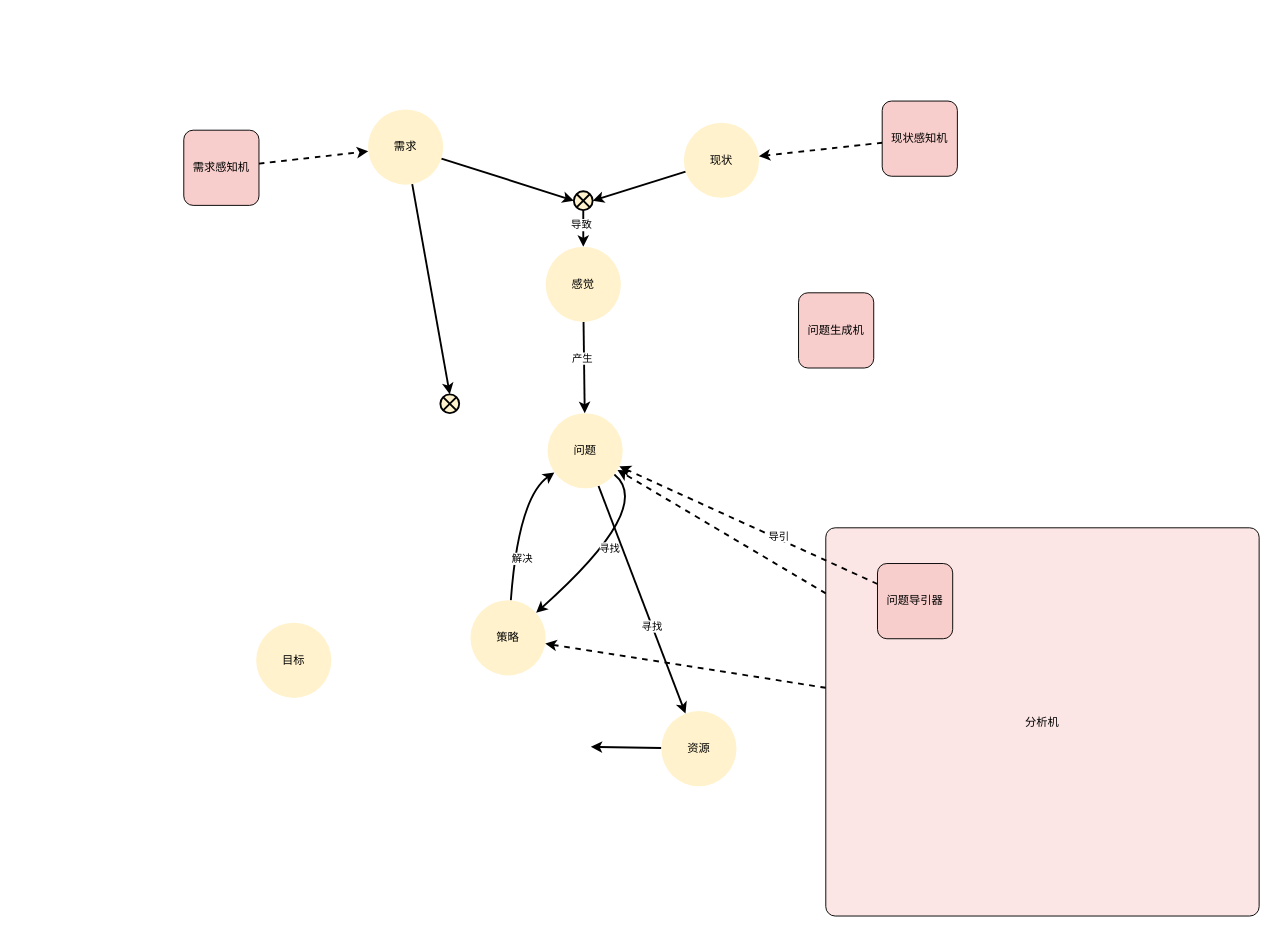
The draw.io diagram page "分析问题流程" (6 of 7) of Analyse/总体分析框架.drawio in EntelechySystem/EntelechySystem_theory, before the edit. Source tidied: cells renumbered, new cells numbered last; positions are measured from the earlier drawing's top-left corner, leaving out a move shared by most shapes. Both pictures are drawn from the tidied source at 94%, with x=0, y=0 at pixel (183, 101).
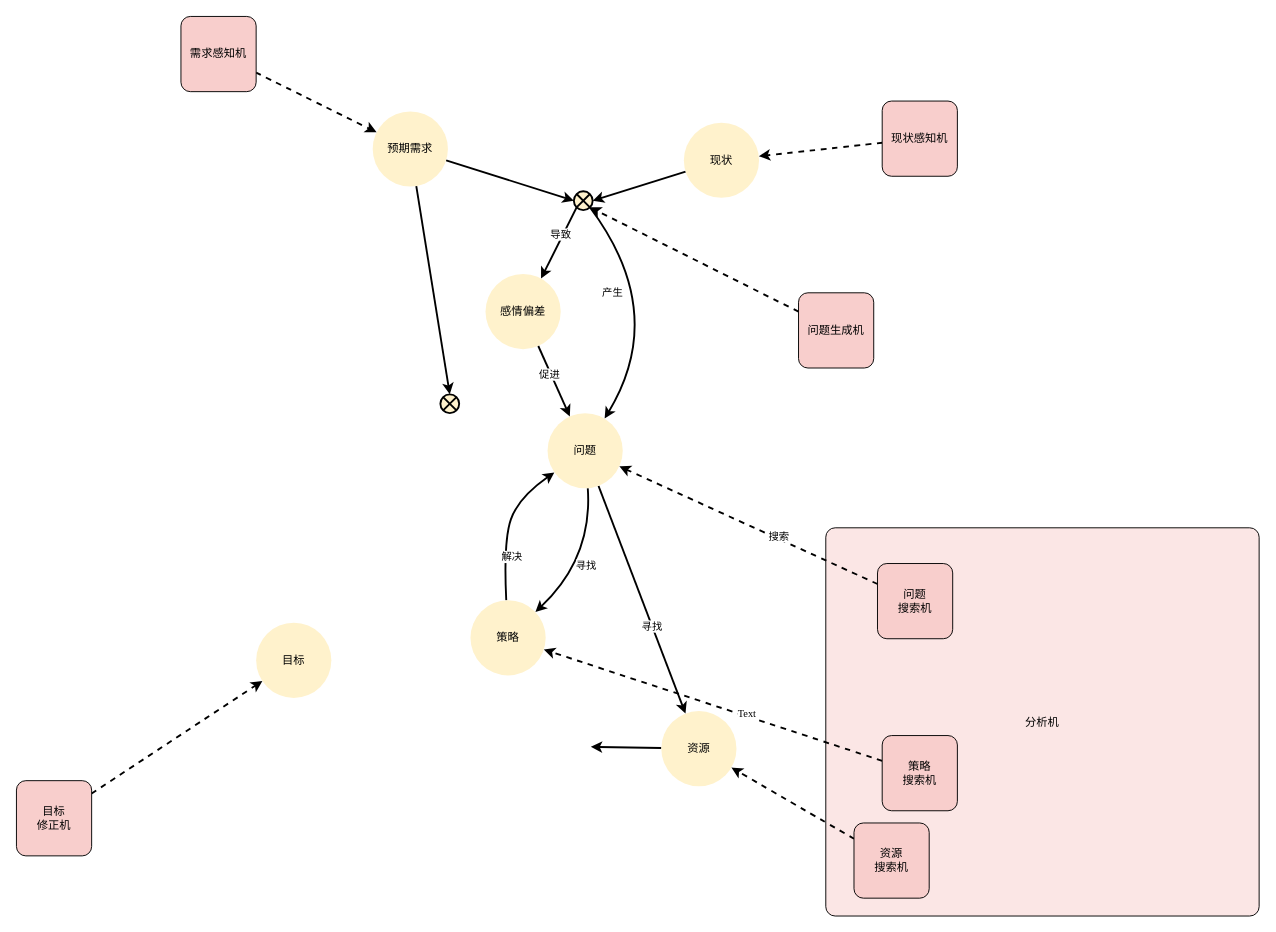
Above is the later version.

The change refers to these unchanged cells:
```xml
<mxCell id="4" style="shape=sumEllipse;perimeter=ellipsePerimeter;whiteSpace=wrap;html=1;backgroundOutline=1;labelBackgroundColor=none;labelBorderColor=none;fontFamily=Times New Roman;snapToPoint=1;fillColor=#fff2cc;strokeColor=default;strokeWidth=2;" parent="1" vertex="1">
  <mxGeometry x="415" y="96" width="20" height="20" as="geometry" />
</mxCell>
<mxCell id="12" value="策略" style="ellipse;whiteSpace=wrap;html=1;fontFamily=Times New Roman;fontSize=12;fontColor=default;align=center;strokeColor=none;fillColor=#fff2cc;" parent="1" vertex="1">
  <mxGeometry x="305" y="531" width="80" height="80" as="geometry" />
</mxCell>
<mxCell id="13" value="目标" style="ellipse;whiteSpace=wrap;html=1;fontFamily=Times New Roman;fontSize=12;fontColor=default;align=center;strokeColor=none;fillColor=#fff2cc;" parent="1" vertex="1">
  <mxGeometry x="77" y="555" width="80" height="80" as="geometry" />
</mxCell>
<mxCell id="17" value="资源" style="ellipse;whiteSpace=wrap;html=1;labelBackgroundColor=none;labelBorderColor=none;fontFamily=Times New Roman;fillColor=#fff2cc;strokeColor=none;" parent="1" vertex="1">
  <mxGeometry x="508" y="649" width="80" height="80" as="geometry" />
</mxCell>
<mxCell id="20" value="问题" style="ellipse;whiteSpace=wrap;html=1;fontFamily=Times New Roman;fontSize=12;fontColor=default;align=center;strokeColor=none;fillColor=#fff2cc;" parent="1" vertex="1">
  <mxGeometry x="387" y="332" width="80" height="80" as="geometry" />
</mxCell>
<mxCell id="21" style="rounded=0;jettySize=auto;html=1;fontFamily=Times New Roman;strokeWidth=2;endArrow=classic;endFill=1;" parent="1" edge="1" source="8" target="20">
  <mxGeometry relative="1" as="geometry" />
</mxCell>
<mxCell id="27" value="问题生成机" style="rounded=1;whiteSpace=wrap;html=1;fontFamily=Times New Roman;fontSize=12;fontColor=default;align=center;strokeColor=default;fillColor=#f8cecc;absoluteArcSize=1;" parent="1" vertex="1">
  <mxGeometry x="654" y="204" width="80" height="80" as="geometry" />
</mxCell>
<mxCell id="30" value="分析机" style="rounded=1;whiteSpace=wrap;html=1;fontFamily=Times New Roman;fontSize=12;align=center;strokeColor=#000000;fillColor=#f8cecc;absoluteArcSize=1;fillOpacity=50;" parent="1" vertex="1">
  <mxGeometry x="683" y="454" width="461" height="413" as="geometry" />
</mxCell>
<mxCell id="31" style="edgeStyle=none;shape=connector;curved=1;rounded=1;jettySize=auto;html=1;labelBackgroundColor=default;fontFamily=Times New Roman;fontSize=11;fontColor=default;startArrow=none;endArrow=classic;strokeColor=default;strokeWidth=2;dashed=1;" parent="1" edge="1" source="33" target="20">
  <mxGeometry relative="1" as="geometry" />
</mxCell>
```

Change to the diagram source:
```diff
@@
+    <mxCell id="36" style="edgeStyle=none;shape=connector;curved=1;rounded=1;jettySize=auto;html=1;labelBackgroundColor=default;fontFamily=Times New Roman;fontSize=11;fontColor=default;startArrow=none;endArrow=classic;strokeColor=default;strokeWidth=2;" parent="1" edge="1" source="4" target="20">
+      <mxGeometry relative="1" as="geometry">
+        <Array as="points">
+          <mxPoint x="516" y="225" />
+        </Array>
+      </mxGeometry>
+    </mxCell>
+    <mxCell id="37" value="产生" style="edgeLabel;html=1;align=center;verticalAlign=middle;fontSize=11;fontFamily=Times New Roman;fontColor=default;" parent="36" vertex="1">
+      <mxGeometry x="-0.36" y="-35" relative="1" as="geometry">
+        <mxPoint x="-1" as="offset" />
+      </mxGeometry>
+    </mxCell>
@@
     <mxCell id="6" style="jettySize=auto;html=1;fontFamily=Times New Roman;strokeWidth=2;startArrow=none;curved=1;enumerate=0;orthogonal=0;sourcePortConstraint=none;" parent="1" edge="1" source="20" target="12">
       <mxGeometry relative="1" as="geometry">
         <Array as="points">
-          <mxPoint x="501" y="432" />
+          <mxPoint x="435" y="486" />
         </Array>
       </mxGeometry>
     </mxCell>
@@
-    <mxCell id="8" value="感觉" style="ellipse;whiteSpace=wrap;html=1;fontFamily=Times New Roman;fontSize=12;fontColor=default;align=center;strokeColor=none;fillColor=#fff2cc;" parent="1" vertex="1">
-      <mxGeometry x="385" y="155" width="80" height="80" as="geometry" />
+    <mxCell id="8" value="感情偏差" style="ellipse;whiteSpace=wrap;html=1;fontFamily=Times New Roman;fontSize=12;fontColor=default;align=center;strokeColor=none;fillColor=#fff2cc;" parent="1" vertex="1">
+      <mxGeometry x="321" y="184" width="80" height="80" as="geometry" />
     </mxCell>
-    <mxCell id="9" value="需求" style="ellipse;whiteSpace=wrap;html=1;fontFamily=Times New Roman;fontSize=12;fontColor=default;align=center;strokeColor=none;fillColor=#fff2cc;" parent="1" vertex="1">
-      <mxGeometry x="196" y="9" width="80" height="80" as="geometry" />
+    <mxCell id="9" value="预期需求" style="ellipse;whiteSpace=wrap;html=1;fontFamily=Times New Roman;fontSize=12;fontColor=default;align=center;strokeColor=none;fillColor=#fff2cc;" parent="1" vertex="1">
+      <mxGeometry x="201" y="11" width="80" height="80" as="geometry" />
     </mxCell>
     <mxCell id="10" style="edgeStyle=none;jettySize=auto;html=1;fontFamily=Times New Roman;endArrow=classic;endFill=1;strokeWidth=2;curved=1;" parent="1" edge="1" source="12" target="20">
       <mxGeometry relative="1" as="geometry">
         <Array as="points">
+          <mxPoint x="340" y="468" />
           <mxPoint x="356" y="422" />
         </Array>
       </mxGeometry>
     </mxCell>
@@
-    <mxCell id="22" value="产生" style="edgeLabel;html=1;align=center;verticalAlign=middle;fontFamily=Times New Roman;" parent="21" vertex="1">
+    <mxCell id="22" value="促进" style="edgeLabel;html=1;align=center;verticalAlign=middle;fontFamily=Times New Roman;" parent="21" vertex="1">
       <mxGeometry x="-0.19" y="-2" relative="1" as="geometry">
         <mxPoint y="-1" as="offset" />
       </mxGeometry>
     </mxCell>
@@
     <mxCell id="24" value="需求感知机" style="rounded=1;whiteSpace=wrap;html=1;fontFamily=Times New Roman;fontSize=12;fontColor=default;align=center;strokeColor=default;fillColor=#f8cecc;absoluteArcSize=1;" parent="1" vertex="1">
-      <mxGeometry y="31" width="80" height="80" as="geometry" />
+      <mxGeometry x="-3" y="-90" width="80" height="80" as="geometry" />
     </mxCell>
@@
+    <mxCell id="38" style="edgeStyle=none;shape=connector;curved=1;rounded=1;jettySize=auto;html=1;labelBackgroundColor=default;fontFamily=Times New Roman;fontSize=11;fontColor=default;startArrow=none;endArrow=classic;strokeColor=default;strokeWidth=2;dashed=1;" parent="1" edge="1" source="27" target="4">
+      <mxGeometry relative="1" as="geometry" />
+    </mxCell>
@@
-    <mxCell id="28" style="edgeStyle=none;shape=connector;curved=1;rounded=1;jettySize=auto;html=1;labelBackgroundColor=default;fontFamily=Times New Roman;fontSize=11;fontColor=default;startArrow=none;endArrow=classic;strokeColor=default;strokeWidth=2;dashed=1;" parent="1" edge="1" source="30" target="12">
-      <mxGeometry relative="1" as="geometry" />
-    </mxCell>
-    <mxCell id="29" style="edgeStyle=none;shape=connector;curved=1;rounded=1;jettySize=auto;html=1;dashed=1;labelBackgroundColor=default;fontFamily=Times New Roman;fontSize=11;fontColor=default;startArrow=none;endArrow=classic;strokeColor=default;strokeWidth=2;" parent="1" edge="1" source="30" target="20">
-      <mxGeometry relative="1" as="geometry" />
-    </mxCell>
@@
-    <mxCell id="32" value="导引" style="edgeLabel;html=1;align=center;verticalAlign=middle;fontSize=11;fontFamily=Times New Roman;fontColor=default;" parent="31" vertex="1">
+    <mxCell id="32" value="搜索" style="edgeLabel;html=1;align=center;verticalAlign=middle;fontSize=11;fontFamily=Times New Roman;fontColor=default;" parent="31" vertex="1">
       <mxGeometry x="-0.22" y="-4" relative="1" as="geometry">
         <mxPoint y="1" as="offset" />
       </mxGeometry>
     </mxCell>
-    <mxCell id="33" value="问题导引器" style="rounded=1;whiteSpace=wrap;html=1;fontFamily=Times New Roman;fontSize=12;fontColor=default;align=center;strokeColor=default;fillColor=#f8cecc;absoluteArcSize=1;" parent="1" vertex="1">
+    <mxCell id="33" value="问题&lt;br&gt;搜索机" style="rounded=1;whiteSpace=wrap;html=1;fontFamily=Times New Roman;fontSize=12;fontColor=default;align=center;strokeColor=default;fillColor=#f8cecc;absoluteArcSize=1;" parent="1" vertex="1">
       <mxGeometry x="738" y="492" width="80" height="80" as="geometry" />
     </mxCell>
@@
+    <mxCell id="39" style="edgeStyle=none;shape=connector;curved=1;rounded=1;jettySize=auto;html=1;dashed=1;labelBackgroundColor=default;fontFamily=Times New Roman;fontSize=11;fontColor=default;startArrow=none;endArrow=classic;strokeColor=default;strokeWidth=2;" parent="1" edge="1" source="41" target="12">
+      <mxGeometry relative="1" as="geometry" />
+    </mxCell>
+    <mxCell id="40" value="Text" style="edgeLabel;html=1;align=center;verticalAlign=middle;fontSize=11;fontFamily=Times New Roman;fontColor=default;" parent="39" vertex="1">
+      <mxGeometry x="-0.19" y="-3" relative="1" as="geometry" />
+    </mxCell>
+    <mxCell id="41" value="策略&lt;br&gt;搜索机" style="rounded=1;whiteSpace=wrap;html=1;fontFamily=Times New Roman;fontSize=12;fontColor=default;align=center;strokeColor=default;fillColor=#f8cecc;absoluteArcSize=1;" parent="1" vertex="1">
+      <mxGeometry x="743" y="675" width="80" height="80" as="geometry" />
+    </mxCell>
+    <mxCell id="42" style="edgeStyle=none;shape=connector;curved=1;rounded=1;jettySize=auto;html=1;dashed=1;labelBackgroundColor=default;fontFamily=Times New Roman;fontSize=11;fontColor=default;startArrow=none;endArrow=classic;strokeColor=default;strokeWidth=2;" parent="1" edge="1" source="43" target="17">
+      <mxGeometry relative="1" as="geometry" />
+    </mxCell>
+    <mxCell id="43" value="资源&lt;br&gt;搜索机" style="rounded=1;whiteSpace=wrap;html=1;fontFamily=Times New Roman;fontSize=12;fontColor=default;align=center;strokeColor=default;fillColor=#f8cecc;absoluteArcSize=1;" parent="1" vertex="1">
+      <mxGeometry x="713" y="768" width="80" height="80" as="geometry" />
+    </mxCell>
+    <mxCell id="44" style="edgeStyle=none;shape=connector;curved=1;rounded=1;jettySize=auto;html=1;dashed=1;labelBackgroundColor=default;fontFamily=Times New Roman;fontSize=11;fontColor=default;startArrow=none;endArrow=classic;strokeColor=default;strokeWidth=2;" parent="1" edge="1" source="45" target="13">
+      <mxGeometry relative="1" as="geometry" />
+    </mxCell>
+    <mxCell id="45" value="目标&lt;br&gt;修正机" style="rounded=1;whiteSpace=wrap;html=1;fontFamily=Times New Roman;fontSize=12;fontColor=default;align=center;strokeColor=default;fillColor=#f8cecc;absoluteArcSize=1;" parent="1" vertex="1">
+      <mxGeometry x="-178" y="723" width="80" height="80" as="geometry" />
+    </mxCell>
```
